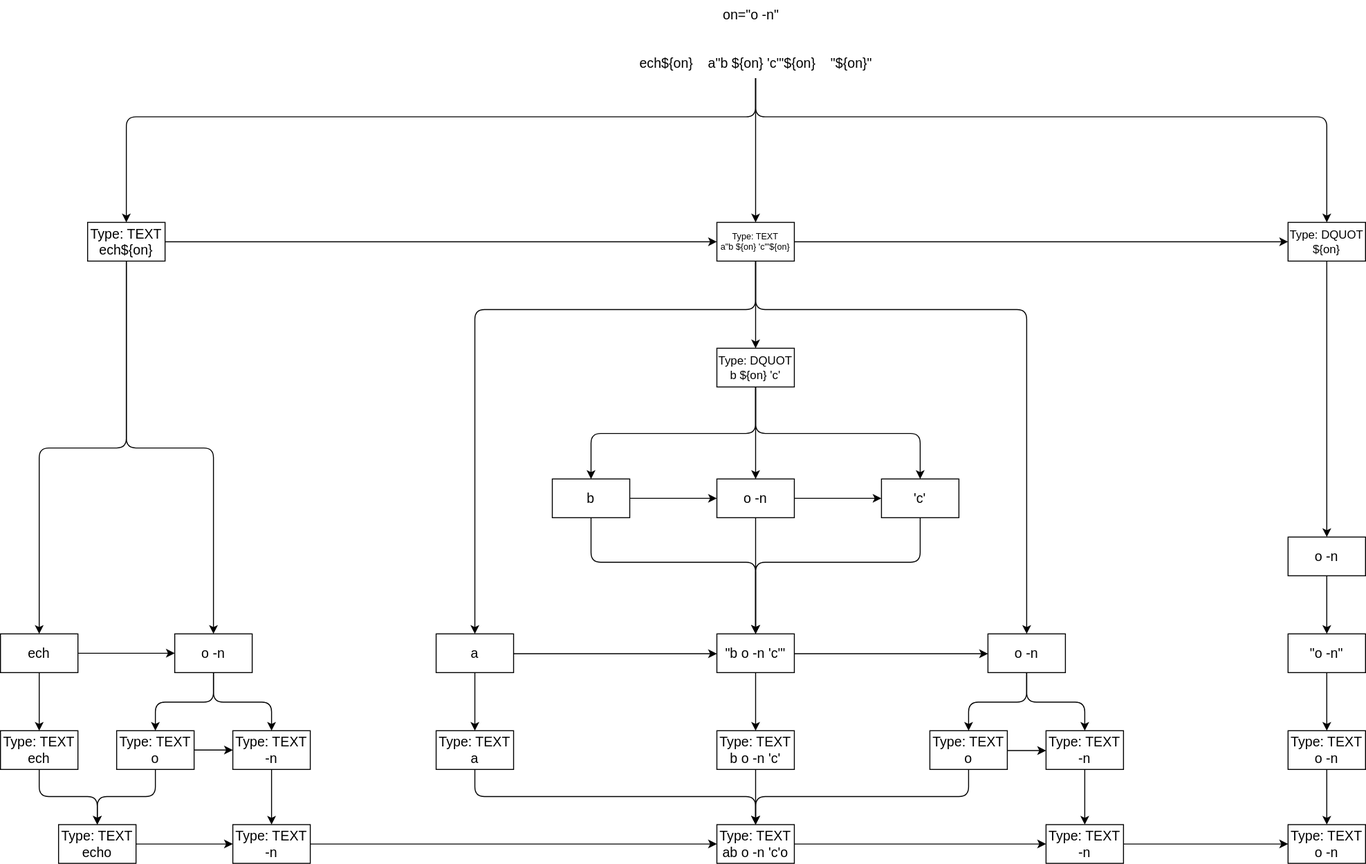
The draw.io diagram grap.drawio.svg in Thomas-Chqt/minishell, before a commit. Source tidied: cells renumbered, new cells last; positions are measured from the earlier drawing's top-left corner, leaving out a move shared by most shapes.
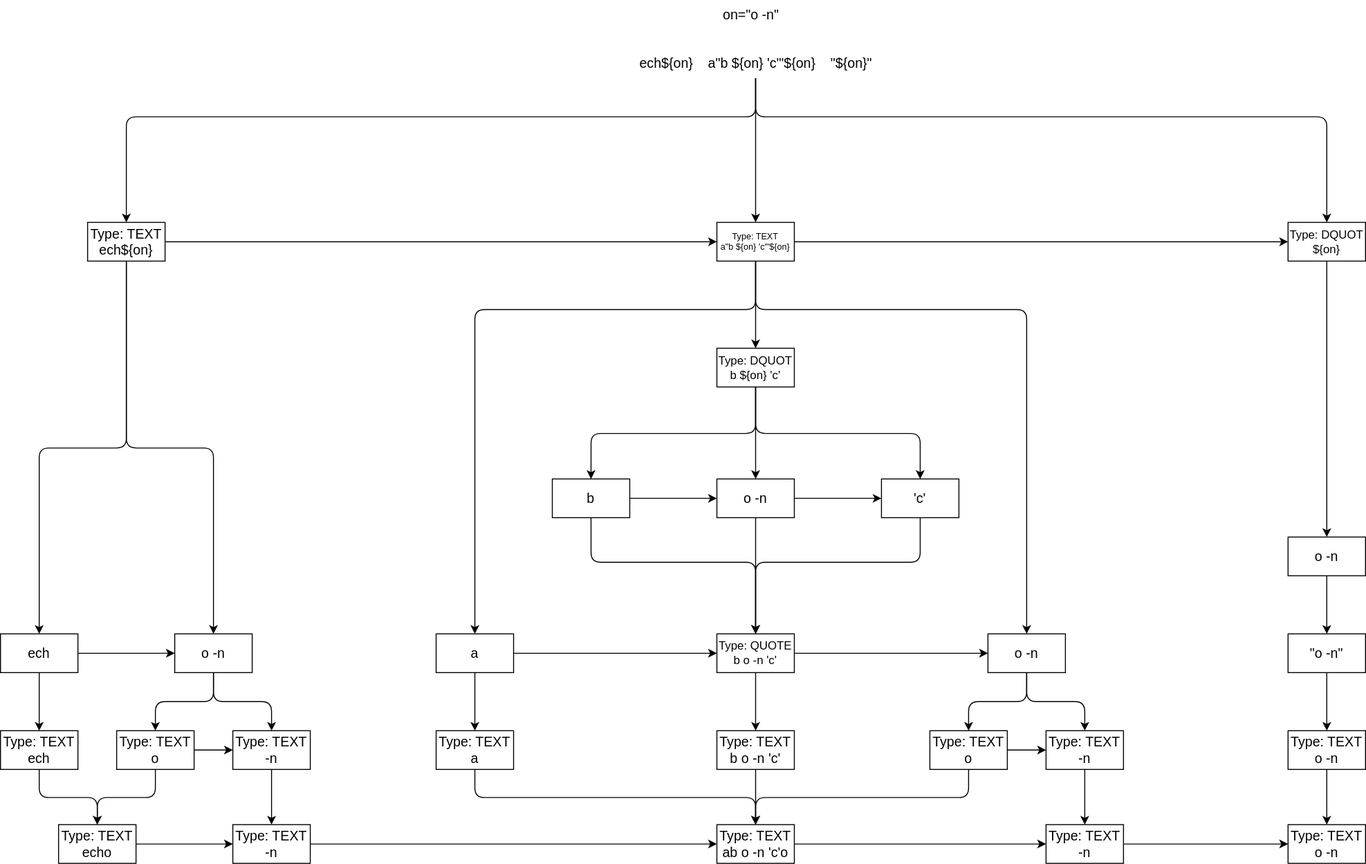
The same file after the commit.

What changed in the source:
```diff
@@ -161,7 +161,7 @@
     <mxCell id="46" style="edgeStyle=elbowEdgeStyle;elbow=vertical;html=1;exitX=0.5;exitY=1;exitDx=0;exitDy=0;entryX=0.5;entryY=0;entryDx=0;entryDy=0;fontSize=12;" parent="1" edge="1" source="47" target="69">
       <mxGeometry relative="1" as="geometry" />
     </mxCell>
-    <mxCell id="47" value="&quot;b o -n 'c'&quot;" style="whiteSpace=wrap;html=1;fontSize=14;" parent="1" vertex="1">
+    <mxCell id="47" value="Type: QUOTE&lt;br style=&quot;font-size: 12px;&quot;&gt;b o -n 'c'" style="whiteSpace=wrap;html=1;fontSize=12;" parent="1" vertex="1">
       <mxGeometry x="740" y="654" width="80" height="40" as="geometry" />
     </mxCell>
     <mxCell id="48" style="edgeStyle=elbowEdgeStyle;elbow=vertical;html=1;exitX=0.5;exitY=1;exitDx=0;exitDy=0;entryX=0.5;entryY=0;entryDx=0;entryDy=0;fontSize=12;" parent="1" edge="1" source="50" target="67">
```
